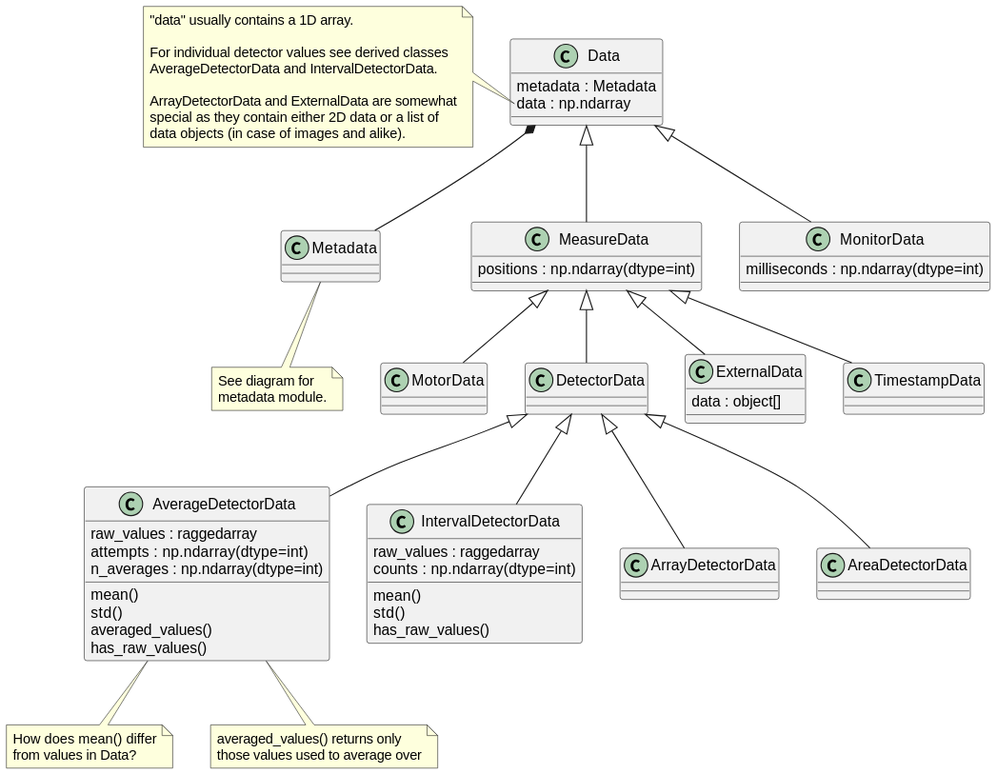
tillbiskup/evedata keeps this PlantUML diagram as docs/uml/evedata.evefile.data.svg. Above is the earlier version.
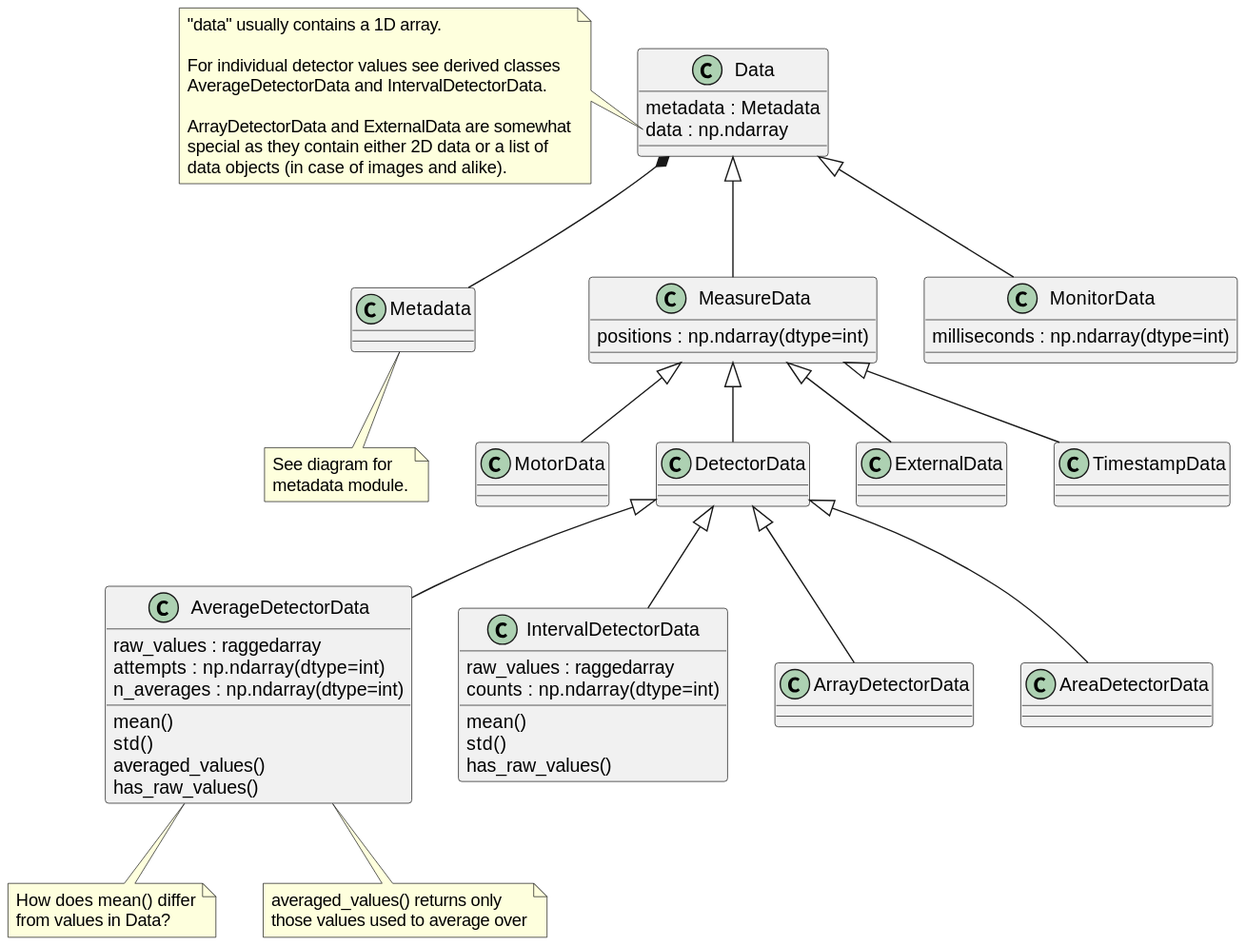
Later version of the same file.

The edit, as a diff of the source:
```diff
@@ -19,25 +19,23 @@
 }
 note bottom: See diagram for\nmetadata module.
 
-class MeasureData {
+class MeasureData extends Data {
     {field} positions : np.ndarray(dtype=int)
 }
 
-class MonitorData {
+class MonitorData extends Data {
     {field} milliseconds : np.ndarray(dtype=int)
 }
 
-class MotorData {
+class MotorData extends MeasureData {
 }
 
-class DetectorData {
+class DetectorData extends MeasureData {
 }
 
-class ExternalData {
-    data : object[]
-}
+class ExternalData extends MeasureData {}
 
-class TimestampData {
+class TimestampData extends MeasureData {
 }
 
 class AverageDetectorData extends DetectorData {
@@ -67,10 +65,4 @@
 }
 
 Data *-- Metadata
-Data <|-- MeasureData
-Data <|-- MonitorData
-MeasureData <|-- MotorData
-MeasureData <|-- DetectorData
-MeasureData <|-- ExternalData
-MeasureData <|-- TimestampData
 @enduml
```
